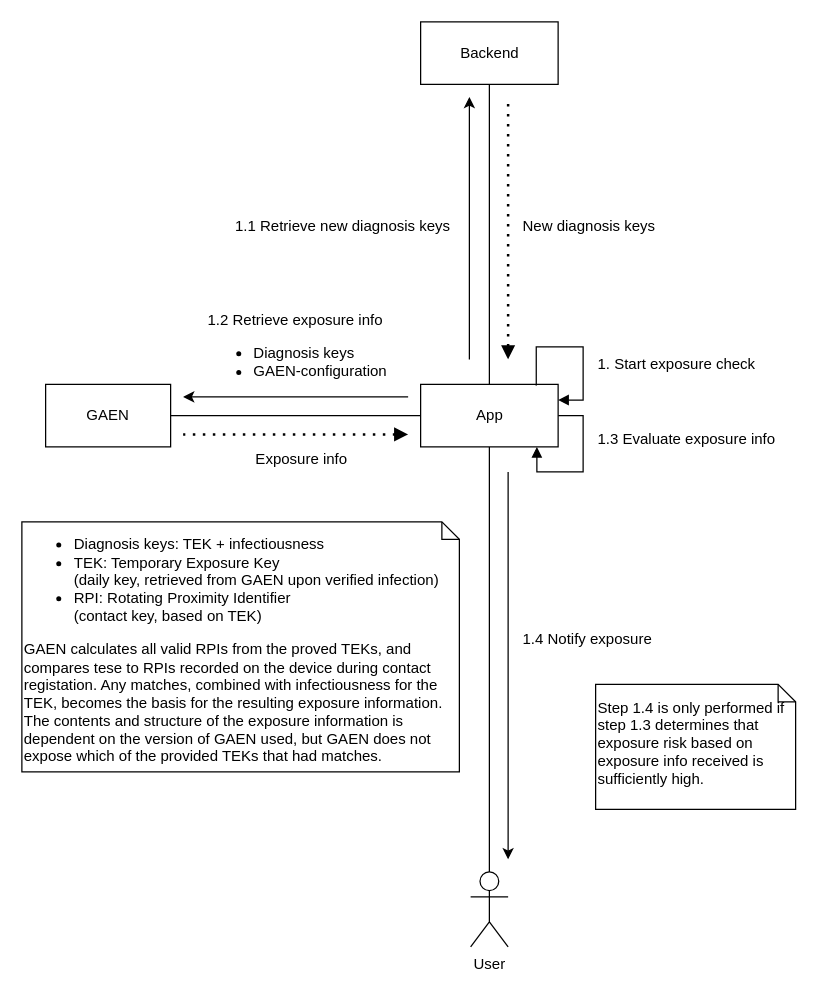
folkehelseinstituttet/Fhi.Smittestopp.Documentation keeps this draw.io diagram as diagrams/Smittestopp_receive_notification_en.drawio. Above is the earlier version. Source tidied: cells renumbered, new cells numbered last; positions are measured from the earlier drawing's top-left corner, leaving out a move shared by most shapes. Both pictures are drawn from the tidied source at 125%, with x=0, y=0 at pixel (21, 21).
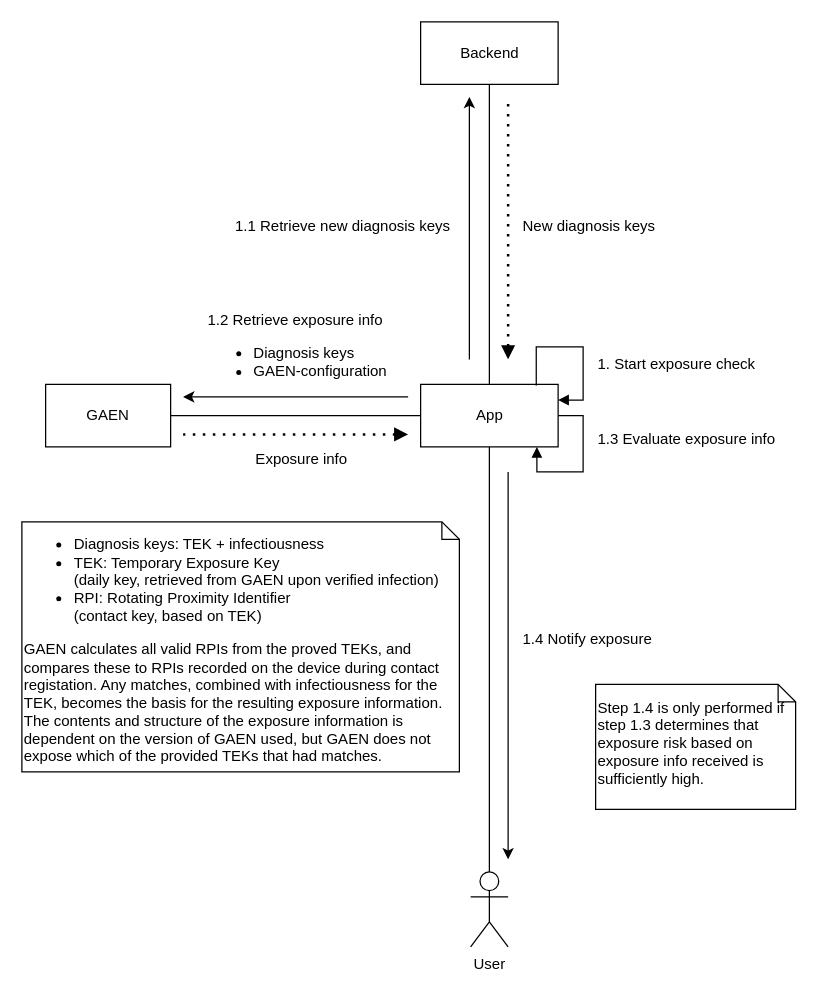
The same diagram, later.

Commit message (it also covers changes not shown here):
Performed corrections suggested during review

Diff of the diagram source:
```diff
@@
-    <mxCell id="25" value="&lt;ul&gt;&lt;li&gt;Diagnosis keys: TEK + infectiousness&lt;/li&gt;&lt;li&gt;TEK: Temporary Exposure Key&lt;br&gt;(daily key, retrieved from GAEN upon verified infection)&lt;/li&gt;&lt;li&gt;RPI: Rotating Proximity Identifier&lt;br&gt;(contact key, based on TEK)&lt;/li&gt;&lt;/ul&gt;GAEN calculates all valid RPIs from the proved TEKs, and compares tese to RPIs recorded on the device during contact registation. Any matches, combined with infectiousness for the TEK, becomes the basis for the resulting exposure information. The contents and structure of the exposure information is dependent on the version of GAEN used, but GAEN does not expose which of the provided TEKs that had matches." style="shape=note;whiteSpace=wrap;html=1;size=14;verticalAlign=middle;align=left;spacingTop=-6;" parent="1" vertex="1">
+    <mxCell id="25" value="&lt;ul&gt;&lt;li&gt;Diagnosis keys: TEK + infectiousness&lt;/li&gt;&lt;li&gt;TEK: Temporary Exposure Key&lt;br&gt;(daily key, retrieved from GAEN upon verified infection)&lt;/li&gt;&lt;li&gt;RPI: Rotating Proximity Identifier&lt;br&gt;(contact key, based on TEK)&lt;/li&gt;&lt;/ul&gt;GAEN calculates all valid RPIs from the proved TEKs, and compares these to RPIs recorded on the device during contact registation. Any matches, combined with infectiousness for the TEK, becomes the basis for the resulting exposure information. The contents and structure of the exposure information is dependent on the version of GAEN used, but GAEN does not expose which of the provided TEKs that had matches." style="shape=note;whiteSpace=wrap;html=1;size=14;verticalAlign=middle;align=left;spacingTop=-6;" parent="1" vertex="1">
       <mxGeometry y="400" width="350" height="200" as="geometry" />
     </mxCell>
```
